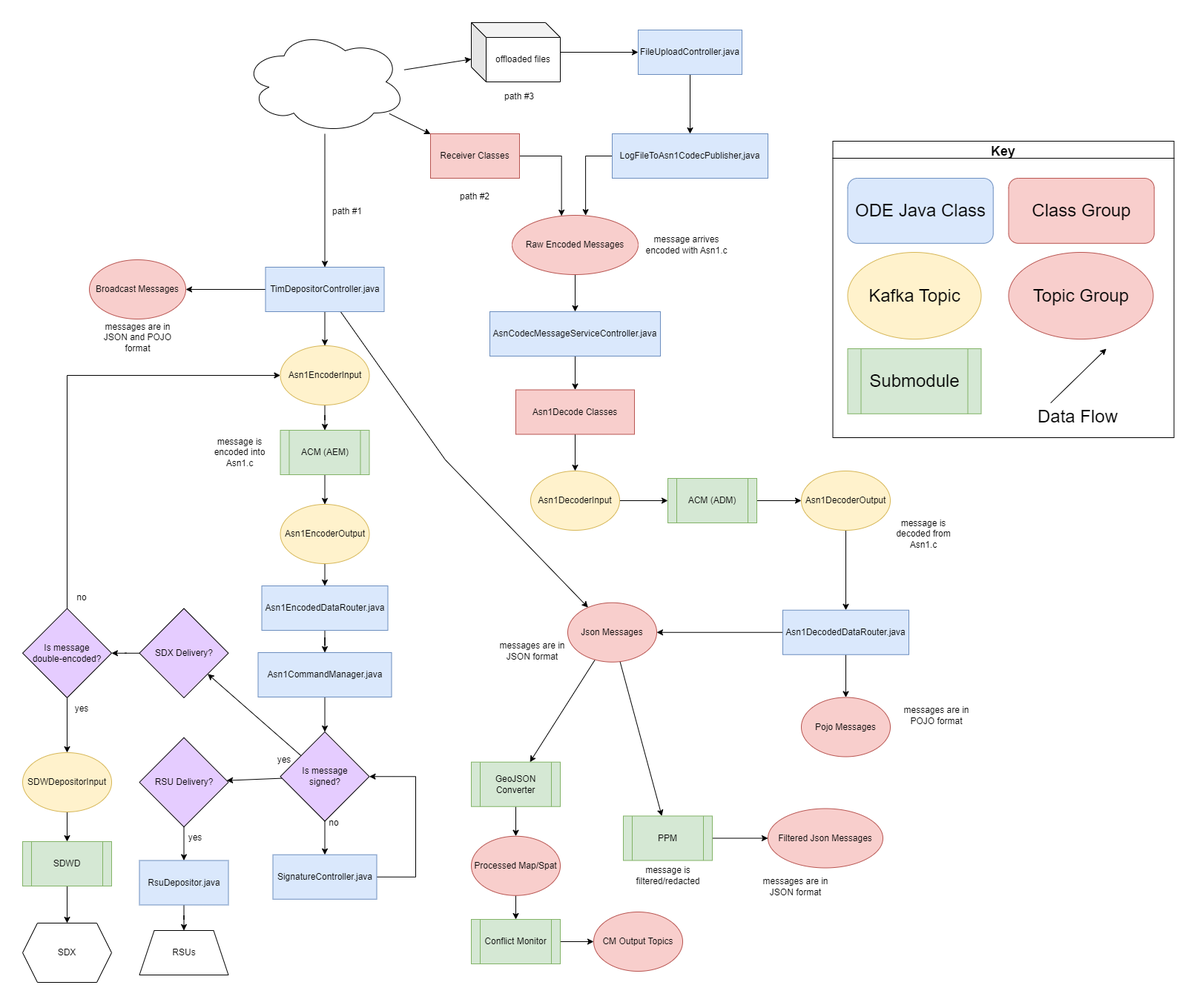
Before: docs/data-flow-diagrams/ODE Data Flow Overview.drawio.png, a diagram exported from draw.io (usdot-jpo-ode/jpo-ode). Source tidied: cells renumbered, new cells last; positions are measured from the earlier drawing's top-left corner, leaving out a move shared by most shapes.
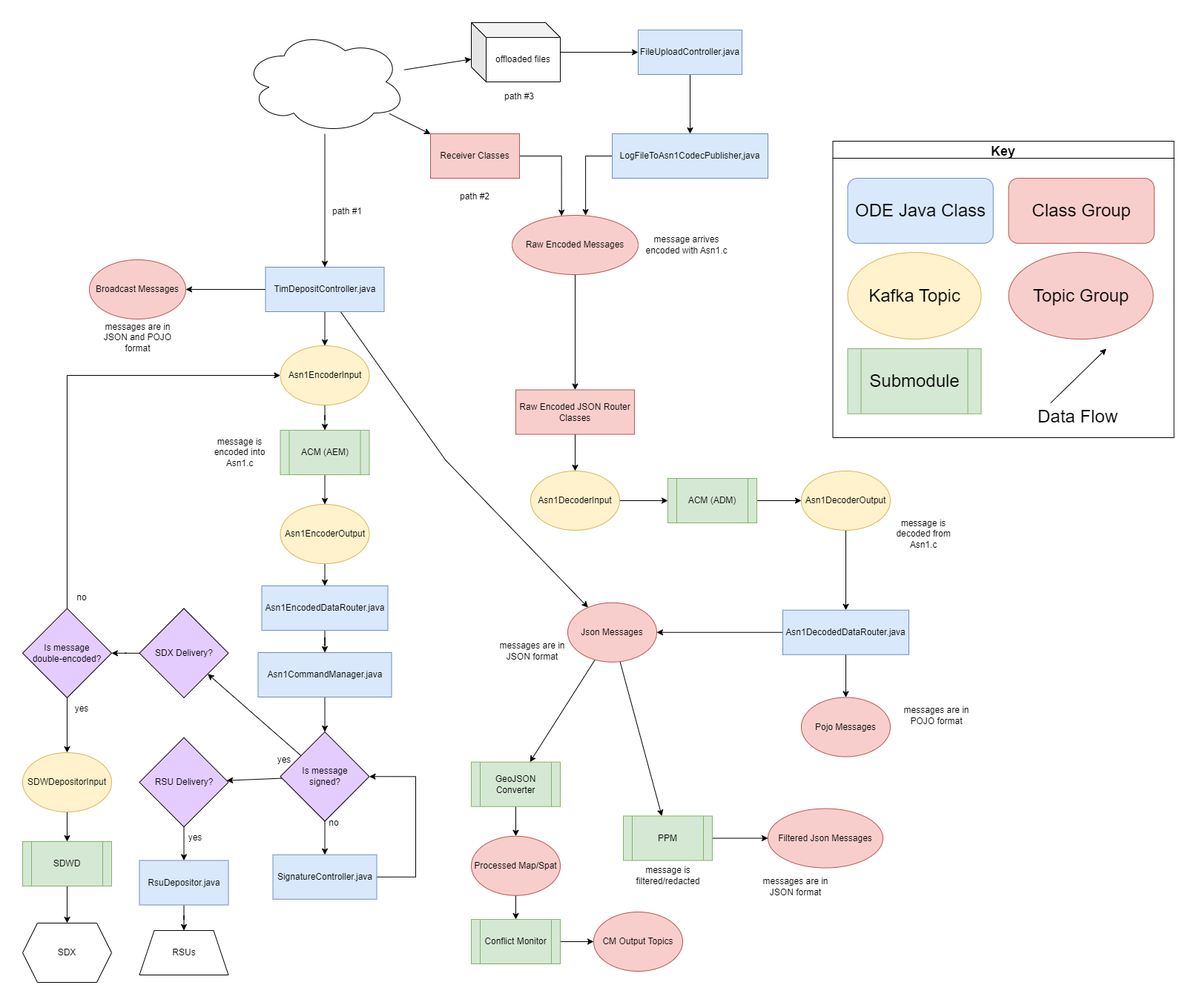
After the commit.

Diff of the diagram source:
```diff
@@ -17,12 +17,9 @@
     <mxCell id="6" value="ACM (ADM)" style="shape=process;whiteSpace=wrap;html=1;backgroundOutline=1;fillColor=#d5e8d4;strokeColor=#82b366;" parent="1" vertex="1">
       <mxGeometry x="870" y="615" width="120" height="60" as="geometry" />
     </mxCell>
-    <mxCell id="7" style="edgeStyle=orthogonalEdgeStyle;rounded=0;jettySize=auto;html=1;" parent="1" edge="1" source="8" target="20">
+    <mxCell id="7" style="edgeStyle=orthogonalEdgeStyle;rounded=0;jettySize=auto;html=1;exitX=0.5;exitY=1;exitDx=0;exitDy=0;" parent="1" edge="1" source="18" target="20">
       <mxGeometry relative="1" as="geometry" />
     </mxCell>
-    <mxCell id="8" value="AsnCodecMessageServiceController.java" style="rounded=0;whiteSpace=wrap;html=1;fillColor=#dae8fc;strokeColor=#6c8ebf;" parent="1" vertex="1">
-      <mxGeometry x="630" y="390" width="230" height="60" as="geometry" />
-    </mxCell>
     <mxCell id="9" style="edgeStyle=orthogonalEdgeStyle;rounded=0;jettySize=auto;html=1;entryX=0;entryY=0.5;entryDx=0;entryDy=0;" parent="1" edge="1" source="10" target="6">
       <mxGeometry relative="1" as="geometry" />
     </mxCell>
@@ -47,16 +44,13 @@
     <mxCell id="16" value="Receiver Classes" style="rounded=0;whiteSpace=wrap;html=1;fillColor=#f8cecc;strokeColor=#b85450;" parent="1" vertex="1">
       <mxGeometry x="550" y="150" width="120" height="60" as="geometry" />
     </mxCell>
-    <mxCell id="17" style="edgeStyle=orthogonalEdgeStyle;rounded=0;jettySize=auto;html=1;exitX=0.5;exitY=1;exitDx=0;exitDy=0;entryX=0.5;entryY=0;entryDx=0;entryDy=0;" parent="1" edge="1" source="18" target="8">
-      <mxGeometry relative="1" as="geometry" />
-    </mxCell>
     <mxCell id="18" value="Raw Encoded Messages" style="ellipse;whiteSpace=wrap;html=1;fillColor=#f8cecc;strokeColor=#b85450;" parent="1" vertex="1">
       <mxGeometry x="660" y="260" width="170" height="80" as="geometry" />
     </mxCell>
     <mxCell id="19" style="rounded=0;jettySize=auto;html=1;" parent="1" edge="1" source="20" target="10">
       <mxGeometry relative="1" as="geometry" />
     </mxCell>
-    <mxCell id="20" value="Asn1Decode Classes" style="rounded=0;whiteSpace=wrap;html=1;fillColor=#f8cecc;strokeColor=#b85450;" parent="1" vertex="1">
+    <mxCell id="20" value="Raw Encoded JSON Router Classes" style="rounded=0;whiteSpace=wrap;html=1;fillColor=#f8cecc;strokeColor=#b85450;" parent="1" vertex="1">
       <mxGeometry x="665" y="495.5" width="160" height="60" as="geometry" />
     </mxCell>
     <mxCell id="21" value="Pojo Messages" style="ellipse;whiteSpace=wrap;html=1;fillColor=#f8cecc;strokeColor=#b85450;" parent="1" vertex="1">
@@ -84,7 +78,7 @@
         </Array>
       </mxGeometry>
     </mxCell>
-    <mxCell id="28" value="TimDepositorController.java" style="rounded=0;whiteSpace=wrap;html=1;fillColor=#dae8fc;strokeColor=#6c8ebf;" parent="1" vertex="1">
+    <mxCell id="28" value="TimDepositController.java" style="rounded=0;whiteSpace=wrap;html=1;fillColor=#dae8fc;strokeColor=#6c8ebf;" parent="1" vertex="1">
       <mxGeometry x="327.5" y="330" width="160" height="60" as="geometry" />
     </mxCell>
     <mxCell id="29" style="edgeStyle=orthogonalEdgeStyle;rounded=0;jettySize=auto;html=1;" parent="1" edge="1" source="30" target="31">
```
